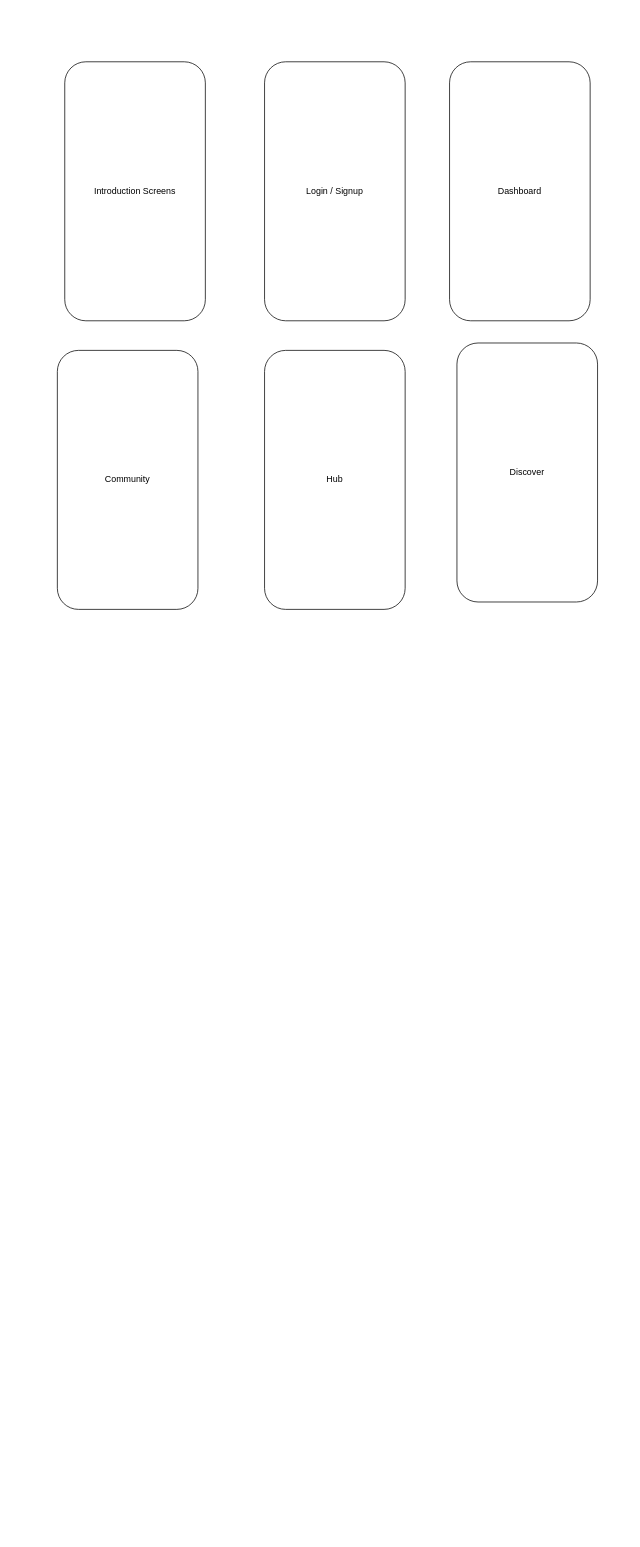
This is Feature_Daigram.drawio from Adityacs001/snippet, a draw.io file, before an edit. Source tidied: cells renumbered, new cells numbered last; positions are measured from the earlier drawing's top-left corner, leaving out a move shared by most shapes. Both pictures are drawn from the tidied source at 74%, with x=0, y=0 at pixel (57, 61).
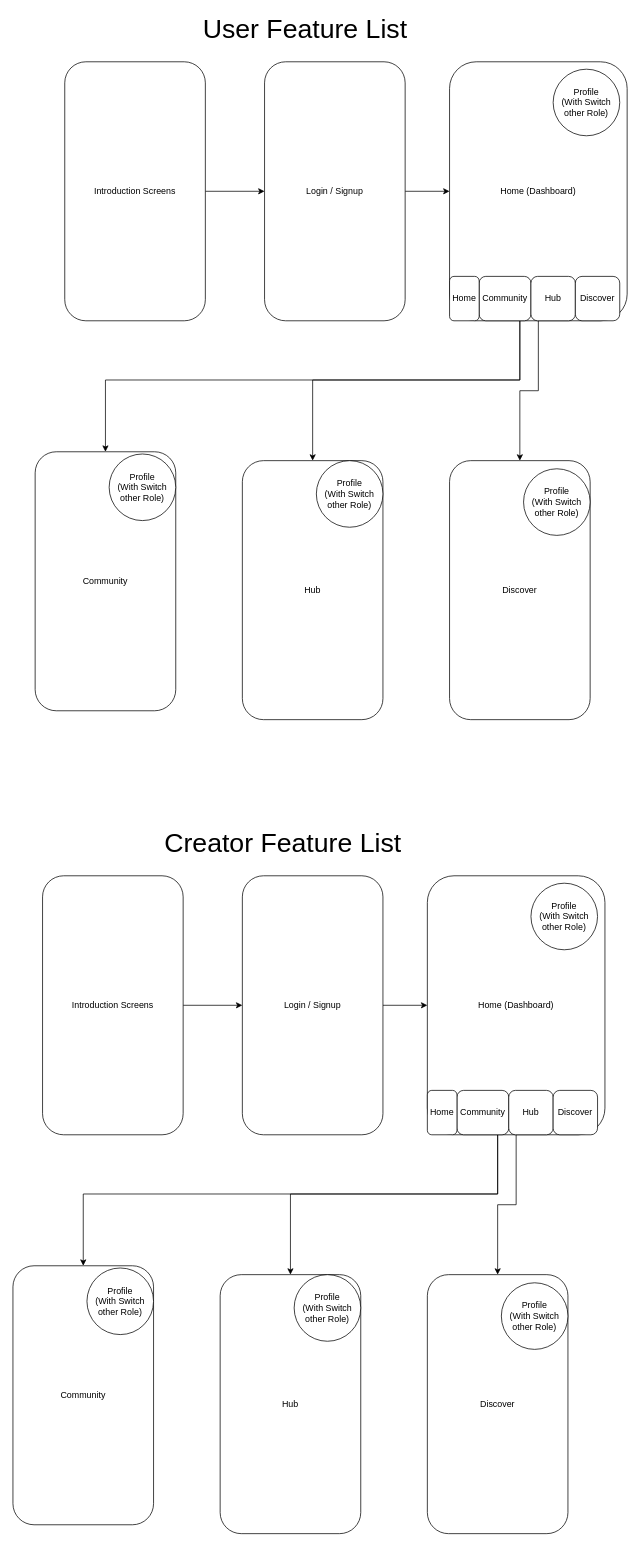
The same diagram, later.

What changed in the source:
```diff
@@
+    <mxCell id="8" style="group;" parent="1" vertex="1">
+      <mxGeometry x="-30" y="-60" width="800" height="949" as="geometry" />
+    </mxCell>
+    <mxCell id="9" style="edgeStyle=orthogonalEdgeStyle;rounded=0;jettySize=auto;html=1;" parent="8" edge="1" source="2" target="3">
+      <mxGeometry relative="1" as="geometry" />
+    </mxCell>
-    <mxCell id="2" value="Introduction Screens" style="rounded=1;whiteSpace=wrap;html=1;" parent="1" vertex="1">
-      <mxGeometry x="10" width="190" height="350" as="geometry" />
+    <mxCell id="2" value="Introduction Screens" style="rounded=1;whiteSpace=wrap;html=1;" parent="8" vertex="1">
+      <mxGeometry x="40" y="60" width="190" height="350" as="geometry" />
     </mxCell>
+    <mxCell id="10" style="edgeStyle=orthogonalEdgeStyle;rounded=0;jettySize=auto;html=1;" parent="8" edge="1" source="3" target="4">
+      <mxGeometry relative="1" as="geometry" />
+    </mxCell>
-    <mxCell id="3" value="Login / Signup" style="rounded=1;whiteSpace=wrap;html=1;" parent="1" vertex="1">
-      <mxGeometry x="280" width="190" height="350" as="geometry" />
+    <mxCell id="3" value="Login / Signup" style="rounded=1;whiteSpace=wrap;html=1;" parent="8" vertex="1">
+      <mxGeometry x="310" y="60" width="190" height="350" as="geometry" />
     </mxCell>
-    <mxCell id="4" value="Dashboard" style="rounded=1;whiteSpace=wrap;html=1;" parent="1" vertex="1">
-      <mxGeometry x="530" width="190" height="350" as="geometry" />
-    </mxCell>
+    <mxCell id="11" style="edgeStyle=orthogonalEdgeStyle;rounded=0;jettySize=auto;html=1;entryX=0.5;entryY=0;entryDx=0;entryDy=0;" parent="8" edge="1" source="4" target="5">
+      <mxGeometry relative="1" as="geometry">
+        <Array as="points">
+          <mxPoint x="655" y="490" />
+          <mxPoint x="95" y="490" />
+        </Array>
+      </mxGeometry>
+    </mxCell>
+    <mxCell id="12" style="edgeStyle=orthogonalEdgeStyle;rounded=0;jettySize=auto;html=1;" parent="8" edge="1" source="4" target="6">
+      <mxGeometry relative="1" as="geometry">
+        <Array as="points">
+          <mxPoint x="655" y="490" />
+          <mxPoint x="375" y="490" />
+        </Array>
+      </mxGeometry>
+    </mxCell>
+    <mxCell id="13" style="edgeStyle=orthogonalEdgeStyle;rounded=0;jettySize=auto;html=1;" parent="8" edge="1" source="4" target="7">
+      <mxGeometry relative="1" as="geometry" />
+    </mxCell>
-    <mxCell id="5" value="Community" style="rounded=1;whiteSpace=wrap;html=1;" parent="1" vertex="1">
-      <mxGeometry y="390" width="190" height="350" as="geometry" />
+    <mxCell id="5" value="Community" style="rounded=1;whiteSpace=wrap;html=1;" parent="8" vertex="1">
+      <mxGeometry y="587" width="190" height="350" as="geometry" />
     </mxCell>
-    <mxCell id="6" value="Hub" style="rounded=1;whiteSpace=wrap;html=1;" parent="1" vertex="1">
-      <mxGeometry x="280" y="390" width="190" height="350" as="geometry" />
+    <mxCell id="6" value="Hub" style="rounded=1;whiteSpace=wrap;html=1;" parent="8" vertex="1">
+      <mxGeometry x="280" y="599" width="190" height="350" as="geometry" />
     </mxCell>
-    <mxCell id="7" value="Discover" style="rounded=1;whiteSpace=wrap;html=1;" parent="1" vertex="1">
-      <mxGeometry x="540" y="380" width="190" height="350" as="geometry" />
+    <mxCell id="7" value="Discover" style="rounded=1;whiteSpace=wrap;html=1;" parent="8" vertex="1">
+      <mxGeometry x="560" y="599" width="190" height="350" as="geometry" />
     </mxCell>
+    <mxCell id="14" value="&lt;font style=&quot;font-size: 36px;&quot;&gt;User Feature List&lt;/font&gt;" style="text;html=1;align=center;verticalAlign=middle;whiteSpace=wrap;rounded=0;" parent="8" vertex="1">
+      <mxGeometry x="170" width="390" height="30" as="geometry" />
+    </mxCell>
+    <mxCell id="15" style="group;" parent="8" vertex="1">
+      <mxGeometry x="560" y="60" width="240" height="350" as="geometry" />
+    </mxCell>
+    <mxCell id="4" value="Home (Dashboard)" style="rounded=1;whiteSpace=wrap;html=1;" parent="15" vertex="1">
+      <mxGeometry width="240" height="350" as="geometry" />
+    </mxCell>
+    <mxCell id="16" value="Community" style="rounded=1;whiteSpace=wrap;html=1;" parent="15" vertex="1">
+      <mxGeometry x="40" y="290" width="70" height="60" as="geometry" />
+    </mxCell>
+    <mxCell id="17" value="Hub" style="rounded=1;whiteSpace=wrap;html=1;" parent="15" vertex="1">
+      <mxGeometry x="110" y="290" width="60" height="60" as="geometry" />
+    </mxCell>
+    <mxCell id="18" value="Discover" style="rounded=1;whiteSpace=wrap;html=1;" parent="15" vertex="1">
+      <mxGeometry x="170" y="290" width="60" height="60" as="geometry" />
+    </mxCell>
+    <mxCell id="19" value="Profile&lt;div&gt;(With Switch other Role)&lt;/div&gt;" style="ellipse;whiteSpace=wrap;html=1;" parent="15" vertex="1">
+      <mxGeometry x="140" y="10" width="90" height="90" as="geometry" />
+    </mxCell>
+    <mxCell id="20" value="Home" style="rounded=1;whiteSpace=wrap;html=1;" parent="15" vertex="1">
+      <mxGeometry y="290" width="40" height="60" as="geometry" />
+    </mxCell>
+    <mxCell id="21" value="Profile&lt;div&gt;(With Switch other Role)&lt;/div&gt;" style="ellipse;whiteSpace=wrap;html=1;" parent="8" vertex="1">
+      <mxGeometry x="660" y="610" width="90" height="90" as="geometry" />
+    </mxCell>
+    <mxCell id="22" value="Profile&lt;div&gt;(With Switch other Role)&lt;/div&gt;" style="ellipse;whiteSpace=wrap;html=1;" parent="8" vertex="1">
+      <mxGeometry x="380" y="599" width="90" height="90" as="geometry" />
+    </mxCell>
+    <mxCell id="23" value="Profile&lt;div&gt;(With Switch other Role)&lt;/div&gt;" style="ellipse;whiteSpace=wrap;html=1;" parent="8" vertex="1">
+      <mxGeometry x="100" y="590" width="90" height="90" as="geometry" />
+    </mxCell>
+    <mxCell id="24" style="group;" parent="1" vertex="1">
+      <mxGeometry x="-60" y="1040" width="800" height="949" as="geometry" />
+    </mxCell>
+    <mxCell id="25" style="edgeStyle=orthogonalEdgeStyle;rounded=0;jettySize=auto;html=1;" parent="24" edge="1" source="26" target="28">
+      <mxGeometry relative="1" as="geometry" />
+    </mxCell>
+    <mxCell id="26" value="Introduction Screens" style="rounded=1;whiteSpace=wrap;html=1;" parent="24" vertex="1">
+      <mxGeometry x="40" y="60" width="190" height="350" as="geometry" />
+    </mxCell>
+    <mxCell id="27" style="edgeStyle=orthogonalEdgeStyle;rounded=0;jettySize=auto;html=1;" parent="24" edge="1" source="28" target="37">
+      <mxGeometry relative="1" as="geometry" />
+    </mxCell>
+    <mxCell id="28" value="Login / Signup" style="rounded=1;whiteSpace=wrap;html=1;" parent="24" vertex="1">
+      <mxGeometry x="310" y="60" width="190" height="350" as="geometry" />
+    </mxCell>
+    <mxCell id="29" style="edgeStyle=orthogonalEdgeStyle;rounded=0;jettySize=auto;html=1;entryX=0.5;entryY=0;entryDx=0;entryDy=0;" parent="24" edge="1" source="37" target="32">
+      <mxGeometry relative="1" as="geometry">
+        <Array as="points">
+          <mxPoint x="655" y="490" />
+          <mxPoint x="95" y="490" />
+        </Array>
+      </mxGeometry>
+    </mxCell>
+    <mxCell id="30" style="edgeStyle=orthogonalEdgeStyle;rounded=0;jettySize=auto;html=1;" parent="24" edge="1" source="37" target="33">
+      <mxGeometry relative="1" as="geometry">
+        <Array as="points">
+          <mxPoint x="655" y="490" />
+          <mxPoint x="375" y="490" />
+        </Array>
+      </mxGeometry>
+    </mxCell>
+    <mxCell id="31" style="edgeStyle=orthogonalEdgeStyle;rounded=0;jettySize=auto;html=1;" parent="24" edge="1" source="37" target="34">
+      <mxGeometry relative="1" as="geometry" />
+    </mxCell>
+    <mxCell id="32" value="Community" style="rounded=1;whiteSpace=wrap;html=1;" parent="24" vertex="1">
+      <mxGeometry y="587" width="190" height="350" as="geometry" />
+    </mxCell>
+    <mxCell id="33" value="Hub" style="rounded=1;whiteSpace=wrap;html=1;" parent="24" vertex="1">
+      <mxGeometry x="280" y="599" width="190" height="350" as="geometry" />
+    </mxCell>
+    <mxCell id="34" value="Discover" style="rounded=1;whiteSpace=wrap;html=1;" parent="24" vertex="1">
+      <mxGeometry x="560" y="599" width="190" height="350" as="geometry" />
+    </mxCell>
+    <mxCell id="35" value="&lt;font style=&quot;font-size: 36px;&quot;&gt;Creator Feature List&lt;/font&gt;" style="text;html=1;align=center;verticalAlign=middle;whiteSpace=wrap;rounded=0;" parent="24" vertex="1">
+      <mxGeometry x="170" width="390" height="30" as="geometry" />
+    </mxCell>
+    <mxCell id="36" style="group;" parent="24" vertex="1">
+      <mxGeometry x="560" y="60" width="240" height="350" as="geometry" />
+    </mxCell>
+    <mxCell id="37" value="Home (Dashboard)" style="rounded=1;whiteSpace=wrap;html=1;" parent="36" vertex="1">
+      <mxGeometry width="240" height="350" as="geometry" />
+    </mxCell>
+    <mxCell id="38" value="Community" style="rounded=1;whiteSpace=wrap;html=1;" parent="36" vertex="1">
+      <mxGeometry x="40" y="290" width="70" height="60" as="geometry" />
+    </mxCell>
+    <mxCell id="39" value="Hub" style="rounded=1;whiteSpace=wrap;html=1;" parent="36" vertex="1">
+      <mxGeometry x="110" y="290" width="60" height="60" as="geometry" />
+    </mxCell>
+    <mxCell id="40" value="Discover" style="rounded=1;whiteSpace=wrap;html=1;" parent="36" vertex="1">
+      <mxGeometry x="170" y="290" width="60" height="60" as="geometry" />
+    </mxCell>
+    <mxCell id="41" value="Profile&lt;div&gt;(With Switch other Role)&lt;/div&gt;" style="ellipse;whiteSpace=wrap;html=1;" parent="36" vertex="1">
+      <mxGeometry x="140" y="10" width="90" height="90" as="geometry" />
+    </mxCell>
+    <mxCell id="42" value="Home" style="rounded=1;whiteSpace=wrap;html=1;" parent="36" vertex="1">
+      <mxGeometry y="290" width="40" height="60" as="geometry" />
+    </mxCell>
+    <mxCell id="43" value="Profile&lt;div&gt;(With Switch other Role)&lt;/div&gt;" style="ellipse;whiteSpace=wrap;html=1;" parent="24" vertex="1">
+      <mxGeometry x="660" y="610" width="90" height="90" as="geometry" />
+    </mxCell>
+    <mxCell id="44" value="Profile&lt;div&gt;(With Switch other Role)&lt;/div&gt;" style="ellipse;whiteSpace=wrap;html=1;" parent="24" vertex="1">
+      <mxGeometry x="380" y="599" width="90" height="90" as="geometry" />
+    </mxCell>
+    <mxCell id="45" value="Profile&lt;div&gt;(With Switch other Role)&lt;/div&gt;" style="ellipse;whiteSpace=wrap;html=1;" parent="24" vertex="1">
+      <mxGeometry x="100" y="590" width="90" height="90" as="geometry" />
+    </mxCell>
```
